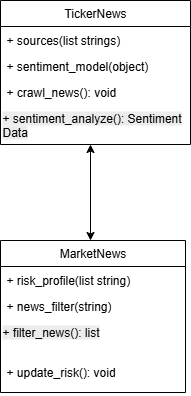
Above: Documents/Lib/Classthuthapdata.png in nminduo2k5/PTTKPM25-26_N05_Nhom-11- (draw.io), before the change. Source tidied: cells renumbered, new cells last; positions are measured from the earlier drawing's top-left corner, leaving out a move shared by most shapes. The source it was exported from:
```xml
<mxGraphModel>
  <root>
    <mxCell id="0" />
    <mxCell id="1" parent="0" />
    <mxCell id="2" value="TickerNews" style="swimlane;fontStyle=0;horizontal=1;startSize=26;fillColor=none;whiteSpace=wrap;html=1;" parent="1" vertex="1">
      <mxGeometry width="190" height="144" as="geometry" />
    </mxCell>
    <mxCell id="3" value="+ sources(list strings)&lt;div&gt;&lt;br&gt;&lt;/div&gt;" style="text;strokeColor=none;fillColor=none;align=left;verticalAlign=top;spacingLeft=4;spacingRight=4;overflow=hidden;whiteSpace=wrap;html=1;" parent="2" vertex="1">
      <mxGeometry y="26" width="190" height="26" as="geometry" />
    </mxCell>
    <mxCell id="4" value="+ sentiment_model(object)" style="text;strokeColor=none;fillColor=none;align=left;verticalAlign=top;spacingLeft=4;spacingRight=4;overflow=hidden;whiteSpace=wrap;html=1;" parent="2" vertex="1">
      <mxGeometry y="52" width="190" height="26" as="geometry" />
    </mxCell>
    <mxCell id="5" value="+ crawl_news(): void" style="text;strokeColor=none;fillColor=none;align=left;verticalAlign=top;spacingLeft=4;spacingRight=4;overflow=hidden;whiteSpace=wrap;html=1;" parent="2" vertex="1">
      <mxGeometry y="78" width="190" height="26" as="geometry" />
    </mxCell>
    <mxCell id="6" value="&lt;span style=&quot;color: rgb(0, 0, 0); font-family: Helvetica; font-size: 12px; font-style: normal; font-variant-ligatures: normal; font-variant-caps: normal; font-weight: 400; letter-spacing: normal; orphans: 2; text-align: left; text-indent: 0px; text-transform: none; widows: 2; word-spacing: 0px; -webkit-text-stroke-width: 0px; white-space: normal; background-color: rgb(236, 236, 236); text-decoration-thickness: initial; text-decoration-style: initial; text-decoration-color: initial; display: inline !important; float: none;&quot;&gt;+ sentiment_analyze(): Sentiment Data&lt;/span&gt;" style="text;whiteSpace=wrap;html=1;" parent="2" vertex="1">
      <mxGeometry y="104" width="190" height="40" as="geometry" />
    </mxCell>
    <mxCell id="7" style="endArrow=classic;startArrow=classic;html=1;rounded=0;" parent="1" edge="1">
      <mxGeometry relative="1" as="geometry">
        <mxPoint x="90" y="240" as="sourcePoint" />
        <mxPoint x="90" y="144" as="targetPoint" />
      </mxGeometry>
    </mxCell>
    <mxCell id="8" value="MarketNews" style="swimlane;fontStyle=0;horizontal=1;startSize=26;fillColor=none;whiteSpace=wrap;html=1;" parent="1" vertex="1">
      <mxGeometry y="240" width="185" height="152" as="geometry" />
    </mxCell>
    <mxCell id="9" value="+ risk_profile(list string)&amp;nbsp;" style="text;strokeColor=none;fillColor=none;align=left;verticalAlign=top;spacingLeft=4;spacingRight=4;overflow=hidden;whiteSpace=wrap;html=1;" parent="8" vertex="1">
      <mxGeometry y="26" width="185" height="26" as="geometry" />
    </mxCell>
    <mxCell id="10" value="+ news_filter(string)" style="text;strokeColor=none;fillColor=none;align=left;verticalAlign=top;spacingLeft=4;spacingRight=4;overflow=hidden;whiteSpace=wrap;html=1;" parent="8" vertex="1">
      <mxGeometry y="52" width="185" height="26" as="geometry" />
    </mxCell>
    <mxCell id="11" value="&lt;span style=&quot;color: rgb(0, 0, 0); font-family: Helvetica; font-size: 12px; font-style: normal; font-variant-ligatures: normal; font-variant-caps: normal; font-weight: 400; letter-spacing: normal; orphans: 2; text-align: left; text-indent: 0px; text-transform: none; widows: 2; word-spacing: 0px; -webkit-text-stroke-width: 0px; white-space: normal; background-color: rgb(236, 236, 236); text-decoration-thickness: initial; text-decoration-style: initial; text-decoration-color: initial; display: inline !important; float: none;&quot;&gt;+ filter_news(): list&lt;/span&gt;" style="text;whiteSpace=wrap;html=1;" parent="8" vertex="1">
      <mxGeometry y="78" width="185" height="40" as="geometry" />
    </mxCell>
    <mxCell id="12" value="+ update_risk(): void" style="text;strokeColor=none;fillColor=none;align=left;verticalAlign=top;spacingLeft=4;spacingRight=4;overflow=hidden;whiteSpace=wrap;html=1;" parent="8" vertex="1">
      <mxGeometry y="118" width="185" height="34" as="geometry" />
    </mxCell>
  </root>
</mxGraphModel>
```
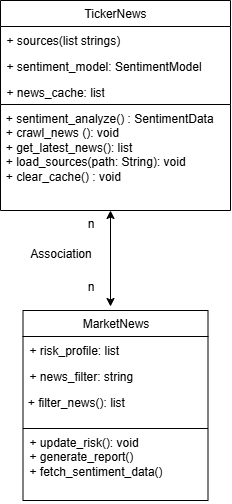
The same diagram one commit later.

Diff of the diagram source:
```diff
@@ -3,40 +3,68 @@
     <mxCell id="0" />
     <mxCell id="1" parent="0" />
     <mxCell id="2" value="TickerNews" style="swimlane;fontStyle=0;horizontal=1;startSize=26;fillColor=none;whiteSpace=wrap;html=1;" parent="1" vertex="1">
-      <mxGeometry width="190" height="144" as="geometry" />
+      <mxGeometry width="230" height="104" as="geometry" />
     </mxCell>
     <mxCell id="3" value="+ sources(list strings)&lt;div&gt;&lt;br&gt;&lt;/div&gt;" style="text;strokeColor=none;fillColor=none;align=left;verticalAlign=top;spacingLeft=4;spacingRight=4;overflow=hidden;whiteSpace=wrap;html=1;" parent="2" vertex="1">
-      <mxGeometry y="26" width="190" height="26" as="geometry" />
+      <mxGeometry y="26" width="230" height="26" as="geometry" />
     </mxCell>
-    <mxCell id="4" value="+ sentiment_model(object)" style="text;strokeColor=none;fillColor=none;align=left;verticalAlign=top;spacingLeft=4;spacingRight=4;overflow=hidden;whiteSpace=wrap;html=1;" parent="2" vertex="1">
-      <mxGeometry y="52" width="190" height="26" as="geometry" />
-    </mxCell>
-    <mxCell id="5" value="+ crawl_news(): void" style="text;strokeColor=none;fillColor=none;align=left;verticalAlign=top;spacingLeft=4;spacingRight=4;overflow=hidden;whiteSpace=wrap;html=1;" parent="2" vertex="1">
-      <mxGeometry y="78" width="190" height="26" as="geometry" />
-    </mxCell>
-    <mxCell id="6" value="&lt;span style=&quot;color: rgb(0, 0, 0); font-family: Helvetica; font-size: 12px; font-style: normal; font-variant-ligatures: normal; font-variant-caps: normal; font-weight: 400; letter-spacing: normal; orphans: 2; text-align: left; text-indent: 0px; text-transform: none; widows: 2; word-spacing: 0px; -webkit-text-stroke-width: 0px; white-space: normal; background-color: rgb(236, 236, 236); text-decoration-thickness: initial; text-decoration-style: initial; text-decoration-color: initial; display: inline !important; float: none;&quot;&gt;+ sentiment_analyze(): Sentiment Data&lt;/span&gt;" style="text;whiteSpace=wrap;html=1;" parent="2" vertex="1">
-      <mxGeometry y="104" width="190" height="40" as="geometry" />
-    </mxCell>
-    <mxCell id="7" style="endArrow=classic;startArrow=classic;html=1;rounded=0;" parent="1" edge="1">
-      <mxGeometry relative="1" as="geometry">
-        <mxPoint x="90" y="240" as="sourcePoint" />
-        <mxPoint x="90" y="144" as="targetPoint" />
-      </mxGeometry>
-    </mxCell>
+    <mxCell id="13" value="+ sentiment_model: SentimentModel" style="text;strokeColor=none;fillColor=none;align=left;verticalAlign=top;spacingLeft=4;spacingRight=4;overflow=hidden;whiteSpace=wrap;html=1;" parent="2" vertex="1">
+      <mxGeometry y="52" width="230" height="26" as="geometry" />
+    </mxCell>
+    <mxCell id="14" value="+ news_cache: list" style="text;strokeColor=none;fillColor=none;align=left;verticalAlign=top;spacingLeft=4;spacingRight=4;overflow=hidden;whiteSpace=wrap;html=1;" parent="2" vertex="1">
+      <mxGeometry y="78" width="230" height="26" as="geometry" />
+    </mxCell>
+    <mxCell id="15" style="endArrow=classic;startArrow=classic;html=1;rounded=0;" parent="1" edge="1">
+      <mxGeometry relative="1" as="geometry">
+        <mxPoint x="110" y="306" as="sourcePoint" />
+        <mxPoint x="110" y="210" as="targetPoint" />
+      </mxGeometry>
+    </mxCell>
     <mxCell id="8" value="MarketNews" style="swimlane;fontStyle=0;horizontal=1;startSize=26;fillColor=none;whiteSpace=wrap;html=1;" parent="1" vertex="1">
-      <mxGeometry y="240" width="185" height="152" as="geometry" />
+      <mxGeometry x="22.5" y="310" width="185" height="190" as="geometry" />
     </mxCell>
-    <mxCell id="9" value="+ risk_profile(list string)&amp;nbsp;" style="text;strokeColor=none;fillColor=none;align=left;verticalAlign=top;spacingLeft=4;spacingRight=4;overflow=hidden;whiteSpace=wrap;html=1;" parent="8" vertex="1">
-      <mxGeometry y="26" width="185" height="26" as="geometry" />
-    </mxCell>
-    <mxCell id="10" value="+ news_filter(string)" style="text;strokeColor=none;fillColor=none;align=left;verticalAlign=top;spacingLeft=4;spacingRight=4;overflow=hidden;whiteSpace=wrap;html=1;" parent="8" vertex="1">
-      <mxGeometry y="52" width="185" height="26" as="geometry" />
-    </mxCell>
+    <mxCell id="16" value="+ risk_profile: list" style="text;strokeColor=none;fillColor=none;align=left;verticalAlign=top;spacingLeft=4;spacingRight=4;overflow=hidden;whiteSpace=wrap;html=1;" parent="8" vertex="1">
+      <mxGeometry y="26" width="185" height="26" as="geometry" />
+    </mxCell>
+    <mxCell id="17" value="+ news_filter: string" style="text;strokeColor=none;fillColor=none;align=left;verticalAlign=top;spacingLeft=4;spacingRight=4;overflow=hidden;whiteSpace=wrap;html=1;" parent="8" vertex="1">
+      <mxGeometry y="52" width="185" height="26" as="geometry" />
+    </mxCell>
+    <mxCell id="18" style="endArrow=none;html=1;rounded=0;entryX=1;entryY=1;entryDx=0;entryDy=0;exitX=0;exitY=0;exitDx=0;exitDy=0;exitPerimeter=0;" parent="8" edge="1" source="19" target="11">
+      <mxGeometry relative="1" as="geometry" />
+    </mxCell>
-    <mxCell id="11" value="&lt;span style=&quot;color: rgb(0, 0, 0); font-family: Helvetica; font-size: 12px; font-style: normal; font-variant-ligatures: normal; font-variant-caps: normal; font-weight: 400; letter-spacing: normal; orphans: 2; text-align: left; text-indent: 0px; text-transform: none; widows: 2; word-spacing: 0px; -webkit-text-stroke-width: 0px; white-space: normal; background-color: rgb(236, 236, 236); text-decoration-thickness: initial; text-decoration-style: initial; text-decoration-color: initial; display: inline !important; float: none;&quot;&gt;+ filter_news(): list&lt;/span&gt;" style="text;whiteSpace=wrap;html=1;" parent="8" vertex="1">
+    <mxCell id="11" value="&amp;nbsp;+ filter_news(): list" style="text;whiteSpace=wrap;html=1;" parent="8" vertex="1">
       <mxGeometry y="78" width="185" height="40" as="geometry" />
     </mxCell>
-    <mxCell id="12" value="+ update_risk(): void" style="text;strokeColor=none;fillColor=none;align=left;verticalAlign=top;spacingLeft=4;spacingRight=4;overflow=hidden;whiteSpace=wrap;html=1;" parent="8" vertex="1">
-      <mxGeometry y="118" width="185" height="34" as="geometry" />
-    </mxCell>
+    <mxCell id="19" value="+ update_risk(): void&lt;div&gt;+ generate_report()&lt;/div&gt;&lt;div&gt;+ fetch_sentiment_data()&lt;/div&gt;" style="text;strokeColor=none;fillColor=none;align=left;verticalAlign=top;spacingLeft=4;spacingRight=4;overflow=hidden;points=[[0,0.5],[1,0.5]];portConstraint=eastwest;whiteSpace=wrap;html=1;" parent="8" vertex="1">
+      <mxGeometry y="118" width="185" height="72" as="geometry" />
+    </mxCell>
+    <mxCell id="20" value="Association&lt;div&gt;&lt;br&gt;&lt;/div&gt;" style="text;html=1;align=center;verticalAlign=middle;strokeColor=none;fillColor=none;" parent="1" vertex="1">
+      <mxGeometry x="20" y="240" width="80" height="40" as="geometry" />
+    </mxCell>
+    <mxCell id="21" value="&amp;nbsp;+ sentiment_analyze() : SentimentData&lt;div&gt;&amp;nbsp;+ crawl_news (): void&lt;/div&gt;&lt;div&gt;&amp;nbsp;+ get_latest_news(): list&lt;/div&gt;&lt;div&gt;&amp;nbsp;+ load_sources(path: String): void&lt;/div&gt;&lt;div&gt;&amp;nbsp;+ clear_cache() : void&lt;/div&gt;" style="text;whiteSpace=wrap;html=1;" parent="1" vertex="1">
+      <mxGeometry y="104" width="230" height="106" as="geometry" />
+    </mxCell>
+    <mxCell id="22" style="endArrow=none;html=1;rounded=0;" parent="1" edge="1">
+      <mxGeometry relative="1" as="geometry">
+        <mxPoint y="210" as="sourcePoint" />
+        <mxPoint y="104" as="targetPoint" />
+      </mxGeometry>
+    </mxCell>
+    <mxCell id="23" style="endArrow=none;html=1;rounded=0;entryX=1;entryY=1;entryDx=0;entryDy=0;" parent="1" edge="1" target="21">
+      <mxGeometry relative="1" as="geometry">
+        <mxPoint y="210" as="sourcePoint" />
+      </mxGeometry>
+    </mxCell>
+    <mxCell id="24" style="endArrow=none;html=1;rounded=0;entryX=1;entryY=0;entryDx=0;entryDy=0;" parent="1" edge="1" target="21">
+      <mxGeometry relative="1" as="geometry">
+        <mxPoint x="230" y="210" as="sourcePoint" />
+      </mxGeometry>
+    </mxCell>
+    <mxCell id="25" value="n" style="text;html=1;align=center;verticalAlign=middle;strokeColor=none;fillColor=none;" parent="1" vertex="1">
+      <mxGeometry x="75" y="208" width="30" height="30" as="geometry" />
+    </mxCell>
+    <mxCell id="26" value="n&lt;div&gt;&lt;br&gt;&lt;/div&gt;" style="text;html=1;align=center;verticalAlign=middle;strokeColor=none;fillColor=none;" parent="1" vertex="1">
+      <mxGeometry x="75" y="273" width="30" height="40" as="geometry" />
+    </mxCell>
   </root>
 </mxGraphModel>
```
